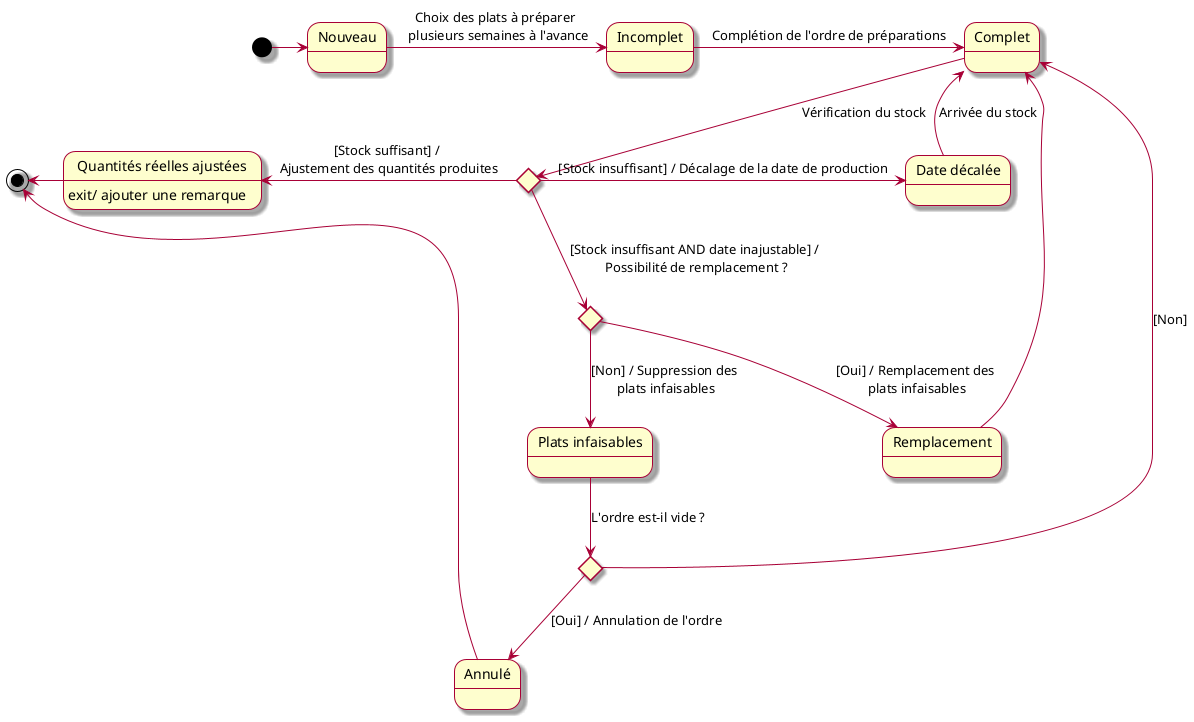
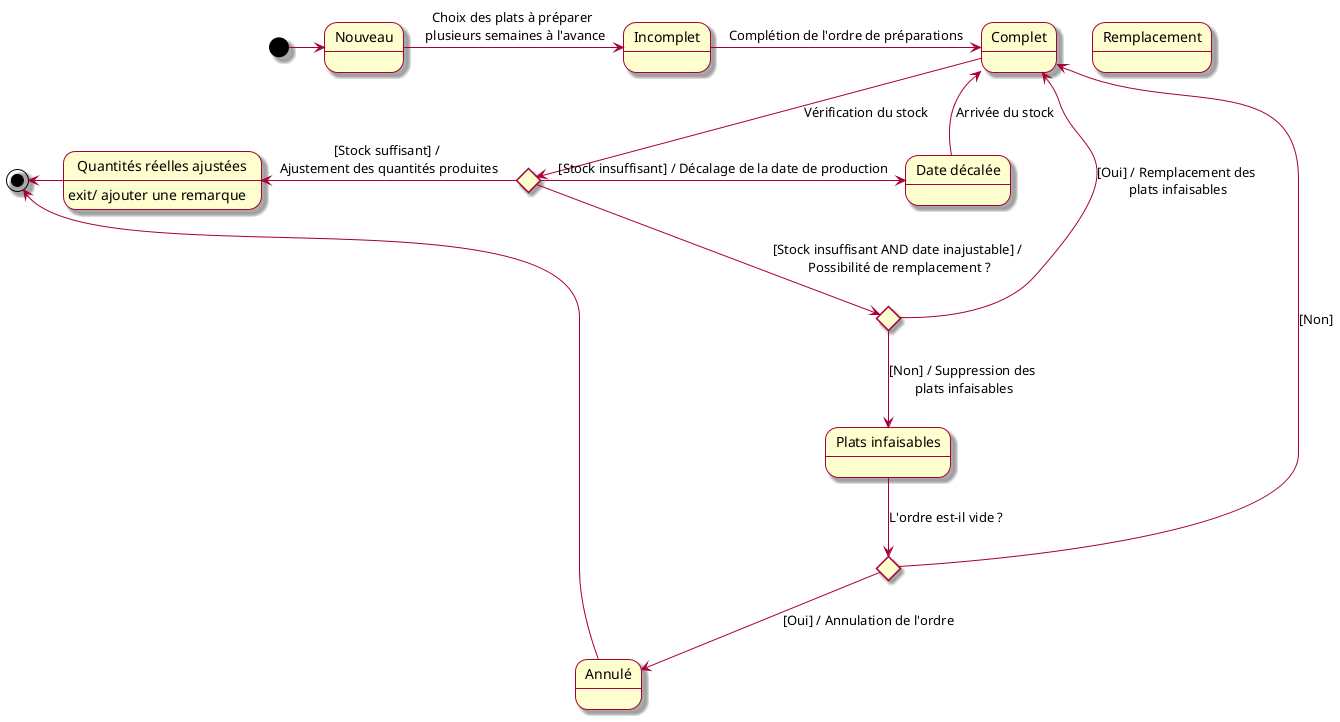
@startuml
skin rose

state "Nouveau" as carteNew
state "Incomplet" as carteNotFull
state "Complet" as carteFull
state "Date décalée" as carteDates
state "Annulé" as carteCancel
state "Quantités réelles ajustées" as carteQuant : exit/ ajouter une remarque
state "Plats infaisables" as carteDel
state "Remplacement" as carteReplace

state cAdaptation <<choice>>
state cCancel <<choice>>
state c3 <<choice>>

[*] -> carteNew
carteNew -> carteNotFull : Choix des plats à préparer \n plusieurs semaines à l'avance
carteNotFull -> carteFull : Complétion de l'ordre de préparations

carteFull --> cAdaptation : Vérification du stock
cAdaptation -> carteDates : [Stock insuffisant] / Décalage de la date de production
carteDates -up> carteFull : Arrivée du stock

cAdaptation --> c3 : [Stock insuffisant AND date inajustable] / \nPossibilité de remplacement ?
c3 --> carteDel : [Non] / Suppression des \nplats infaisables
- c3 --> carteReplace : [Oui] / Remplacement des \nplats infaisables
+ c3 -up> carteFull : [Oui] / Remplacement des \nplats infaisables

carteDel --> cCancel : L'ordre est-il vide ?
- carteReplace -up> carteFull

cCancel --> carteCancel : [Oui] / Annulation de l'ordre
cCancel -left> carteFull : [Non]

carteCancel -> [*]

cAdaptation -left-> carteQuant : [Stock suffisant] / \nAjustement des quantités produites

carteQuant -left-> [*]

@enduml